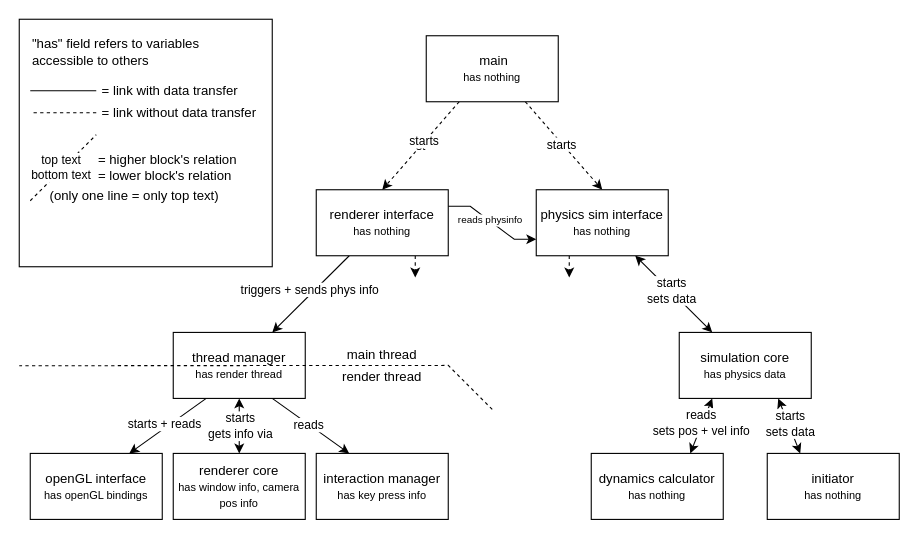
The draw.io diagram fusion.drawio in Naautilus/fusion, before the edit. Source tidied: cells renumbered, new cells numbered last; positions are measured from the earlier drawing's top-left corner, leaving out a move shared by most shapes. Both pictures are drawn from the tidied source at 110%, with x=0, y=0 at pixel (19, 19).
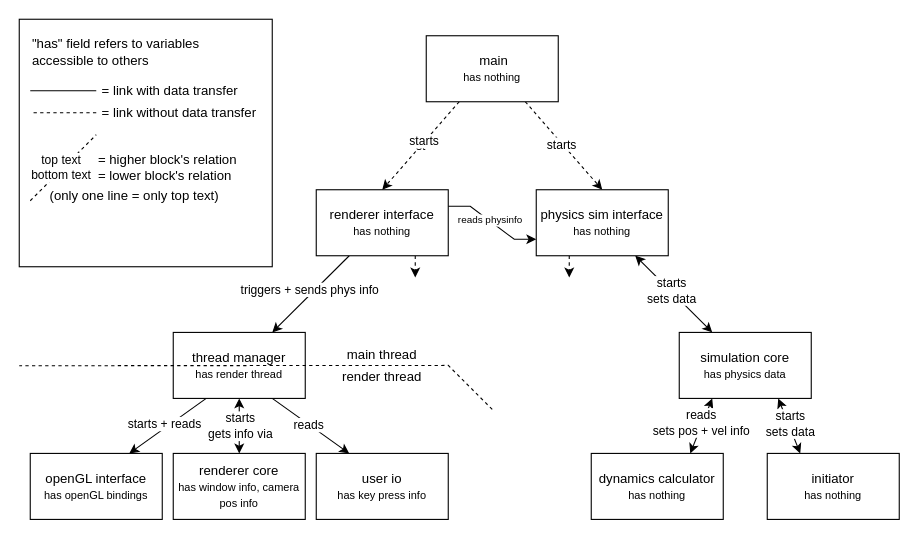
The same diagram, later.

Change to the diagram source:
```diff
@@
-    <mxCell id="33" value="interaction manager&lt;div&gt;&lt;font style=&quot;font-size: 10px;&quot;&gt;has key press info&lt;/font&gt;&lt;/div&gt;" style="rounded=0;whiteSpace=wrap;html=1;" parent="1" vertex="1">
+    <mxCell id="33" value="user io&lt;div&gt;&lt;div&gt;&lt;font style=&quot;font-size: 10px;&quot;&gt;has key press info&lt;/font&gt;&lt;/div&gt;&lt;/div&gt;" style="rounded=0;whiteSpace=wrap;html=1;" parent="1" vertex="1">
       <mxGeometry x="270" y="394.7" width="120" height="60" as="geometry" />
     </mxCell>
```
